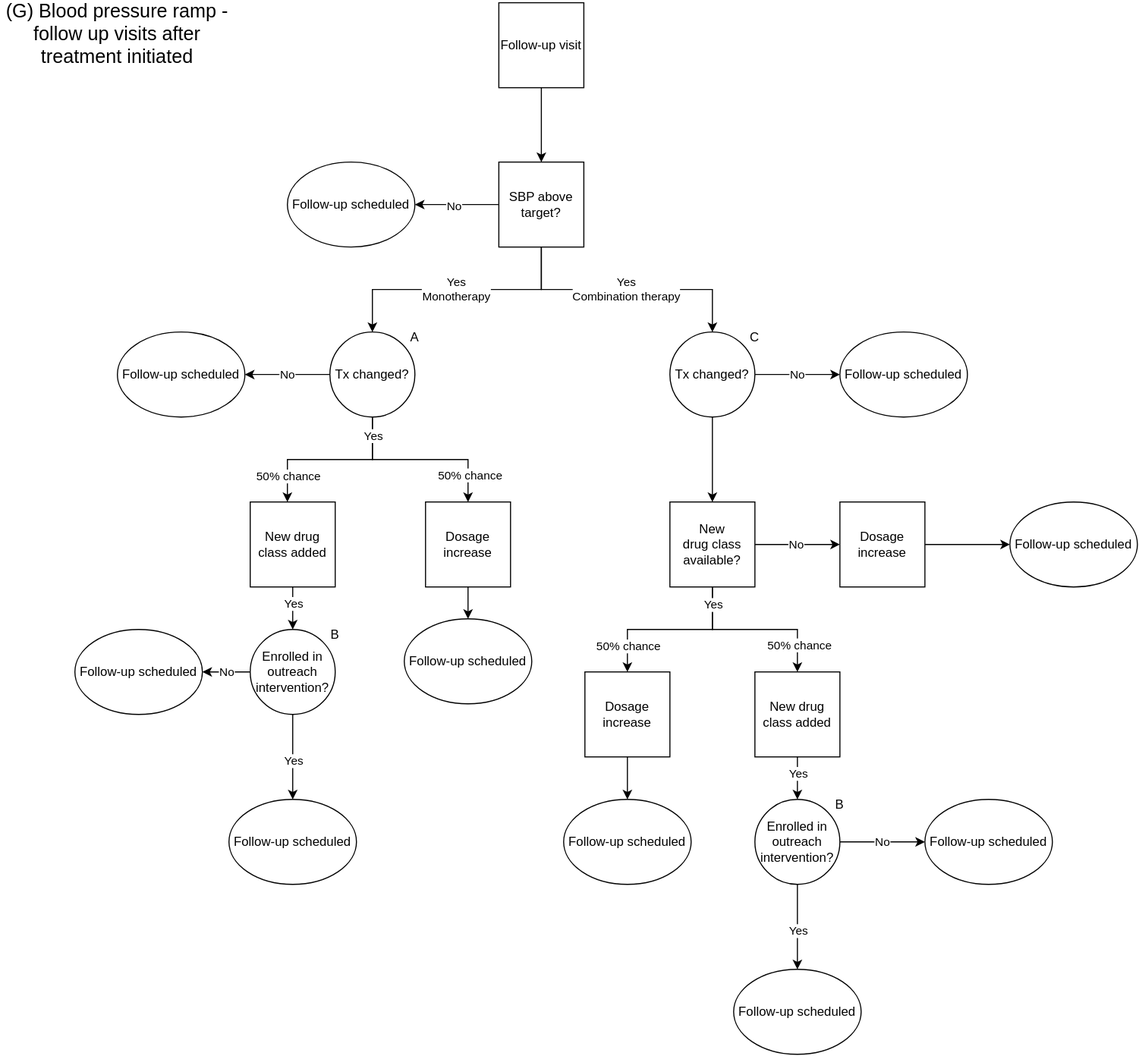
Above: docs/source/concept_models/vivarium_us_cvd/sbp_ramp_followup.svg in ihmeuw/vivarium_research (draw.io), before the change. Source tidied: cells renumbered, new cells last; positions are measured from the earlier drawing's top-left corner, leaving out a move shared by most shapes.
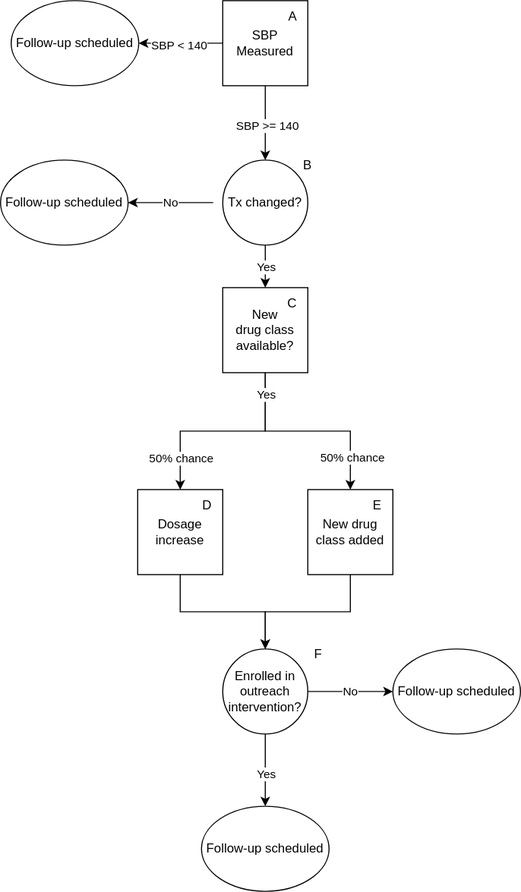
Later version of the same file.

The edit, as a diff of the source:
```diff
@@ -2,101 +2,25 @@
   <root>
     <mxCell id="0" />
     <mxCell id="1" parent="0" />
-    <mxCell id="2" value="&lt;font style=&quot;font-size: 18px&quot;&gt;(G) Blood pressure ramp - follow up visits after treatment initiated&lt;br&gt;&lt;/font&gt;" style="text;html=1;strokeColor=none;fillColor=none;align=center;verticalAlign=middle;whiteSpace=wrap;rounded=0;" parent="1" vertex="1">
-      <mxGeometry y="20" width="220" height="20" as="geometry" />
-    </mxCell>
-    <mxCell id="3" style="edgeStyle=orthogonalEdgeStyle;rounded=0;jettySize=auto;html=1;exitX=0.5;exitY=1;exitDx=0;exitDy=0;" parent="1" edge="1" source="4">
-      <mxGeometry relative="1" as="geometry">
-        <mxPoint x="509" y="150" as="targetPoint" />
-      </mxGeometry>
-    </mxCell>
-    <mxCell id="4" value="Follow-up visit" style="whiteSpace=wrap;html=1;" parent="1" vertex="1">
+    <mxCell id="4" value="SBP Measured" style="whiteSpace=wrap;html=1;" parent="1" vertex="1">
       <mxGeometry x="469" width="80" height="80" as="geometry" />
     </mxCell>
-    <mxCell id="5" style="edgeStyle=orthogonalEdgeStyle;rounded=0;jettySize=auto;html=1;exitX=0;exitY=0.5;exitDx=0;exitDy=0;" parent="1" edge="1" source="9">
-      <mxGeometry relative="1" as="geometry">
-        <mxPoint x="390" y="190" as="targetPoint" />
-      </mxGeometry>
-    </mxCell>
-    <mxCell id="6" value="No" style="edgeLabel;html=1;align=center;verticalAlign=middle;" parent="5" vertex="1">
-      <mxGeometry x="0.06" y="1" relative="1" as="geometry" />
-    </mxCell>
-    <mxCell id="7" value="&lt;div&gt;Yes&lt;/div&gt;&lt;div&gt;Monotherapy&lt;/div&gt;" style="edgeStyle=orthogonalEdgeStyle;rounded=0;jettySize=auto;html=1;exitX=0.5;exitY=1;exitDx=0;exitDy=0;entryX=0.5;entryY=0;entryDx=0;entryDy=0;" parent="1" edge="1" source="9">
-      <mxGeometry relative="1" as="geometry">
-        <mxPoint x="350" y="310" as="targetPoint" />
-      </mxGeometry>
-    </mxCell>
-    <mxCell id="8" value="&lt;div&gt;Yes&lt;/div&gt;&lt;div&gt;Combination therapy&lt;/div&gt;" style="edgeStyle=orthogonalEdgeStyle;rounded=0;jettySize=auto;html=1;exitX=0.5;exitY=1;exitDx=0;exitDy=0;entryX=0.5;entryY=0;entryDx=0;entryDy=0;" parent="1" edge="1" source="9">
-      <mxGeometry relative="1" as="geometry">
-        <mxPoint x="670" y="310" as="targetPoint" />
-      </mxGeometry>
-    </mxCell>
-    <mxCell id="9" value="SBP above target?" style="whiteSpace=wrap;html=1;" parent="1" vertex="1">
-      <mxGeometry x="469" y="150" width="80" height="80" as="geometry" />
-    </mxCell>
-    <mxCell id="10" value="Follow-up scheduled" style="ellipse;whiteSpace=wrap;html=1;" parent="1" vertex="1">
-      <mxGeometry x="270" y="150" width="120" height="80" as="geometry" />
-    </mxCell>
     <mxCell id="11" value="No" style="edgeStyle=orthogonalEdgeStyle;rounded=0;jettySize=auto;html=1;exitX=0;exitY=0.5;exitDx=0;exitDy=0;entryX=1;entryY=0.5;entryDx=0;entryDy=0;" parent="1" edge="1" target="19">
       <mxGeometry relative="1" as="geometry">
-        <mxPoint x="310" y="350" as="sourcePoint" />
+        <mxPoint x="460" y="190" as="sourcePoint" />
       </mxGeometry>
     </mxCell>
-    <mxCell id="12" style="edgeStyle=orthogonalEdgeStyle;rounded=0;jettySize=auto;html=1;exitX=0.5;exitY=1;exitDx=0;exitDy=0;" parent="1" edge="1" source="40">
-      <mxGeometry relative="1" as="geometry">
-        <mxPoint x="270" y="470" as="targetPoint" />
-      </mxGeometry>
-    </mxCell>
-    <mxCell id="13" value="50% chance" style="edgeLabel;html=1;align=center;verticalAlign=middle;" parent="12" vertex="1">
-      <mxGeometry x="0.7" relative="1" as="geometry" />
-    </mxCell>
-    <mxCell id="14" style="edgeStyle=orthogonalEdgeStyle;rounded=0;jettySize=auto;html=1;exitX=0.5;exitY=1;exitDx=0;exitDy=0;entryX=0.5;entryY=0;entryDx=0;entryDy=0;entryPerimeter=0;" parent="1" edge="1" source="40" target="21">
+    <mxCell id="14" style="edgeStyle=orthogonalEdgeStyle;rounded=0;jettySize=auto;html=1;exitX=0.5;exitY=1;exitDx=0;exitDy=0;entryX=0.5;entryY=0;entryDx=0;entryDy=0;" parent="1" edge="1" source="40" target="32">
       <mxGeometry relative="1" as="geometry" />
     </mxCell>
     <mxCell id="15" value="Yes" style="edgeLabel;html=1;align=center;verticalAlign=middle;" parent="14" vertex="1">
-      <mxGeometry x="-0.79" relative="1" as="geometry" />
+      <mxGeometry x="-0.79" relative="1" as="geometry">
+        <mxPoint y="16" as="offset" />
+      </mxGeometry>
     </mxCell>
-    <mxCell id="16" value="50% chance" style="edgeLabel;html=1;align=center;verticalAlign=middle;" parent="14" vertex="1">
-      <mxGeometry x="0.69" y="1" relative="1" as="geometry">
-        <mxPoint y="1" as="offset" />
-      </mxGeometry>
-    </mxCell>
-    <mxCell id="17" value="No" style="edgeStyle=orthogonalEdgeStyle;rounded=0;jettySize=auto;html=1;exitX=1;exitY=0.5;exitDx=0;exitDy=0;entryX=0;entryY=0.5;entryDx=0;entryDy=0;" parent="1" edge="1" target="23">
-      <mxGeometry relative="1" as="geometry">
-        <mxPoint x="710" y="350" as="sourcePoint" />
-      </mxGeometry>
-    </mxCell>
-    <mxCell id="18" style="edgeStyle=orthogonalEdgeStyle;rounded=0;jettySize=auto;html=1;exitX=0.5;exitY=1;exitDx=0;exitDy=0;entryX=0.5;entryY=0;entryDx=0;entryDy=0;" parent="1" edge="1" target="32">
-      <mxGeometry relative="1" as="geometry">
-        <mxPoint x="670" y="390" as="sourcePoint" />
-      </mxGeometry>
-    </mxCell>
     <mxCell id="19" value="Follow-up scheduled" style="ellipse;whiteSpace=wrap;html=1;" parent="1" vertex="1">
-      <mxGeometry x="110" y="310" width="120" height="80" as="geometry" />
+      <mxGeometry x="260" y="150" width="120" height="80" as="geometry" />
     </mxCell>
-    <mxCell id="20" style="edgeStyle=orthogonalEdgeStyle;rounded=0;jettySize=auto;html=1;exitX=0.5;exitY=1;exitDx=0;exitDy=0;entryX=0.5;entryY=0;entryDx=0;entryDy=0;" parent="1" edge="1" source="21" target="24">
-      <mxGeometry relative="1" as="geometry" />
-    </mxCell>
-    <mxCell id="21" value="&lt;div&gt;Dosage increase&lt;br&gt;&lt;/div&gt;" style="whiteSpace=wrap;html=1;" parent="1" vertex="1">
-      <mxGeometry x="400" y="470" width="80" height="80" as="geometry" />
-    </mxCell>
-    <mxCell id="22" value="New drug class added" style="whiteSpace=wrap;html=1;" parent="1" vertex="1">
-      <mxGeometry x="235" y="470" width="80" height="80" as="geometry" />
-    </mxCell>
-    <mxCell id="23" value="Follow-up scheduled" style="ellipse;whiteSpace=wrap;html=1;" parent="1" vertex="1">
-      <mxGeometry x="790" y="310" width="120" height="80" as="geometry" />
-    </mxCell>
-    <mxCell id="24" value="Follow-up scheduled" style="ellipse;whiteSpace=wrap;html=1;" parent="1" vertex="1">
-      <mxGeometry x="380" y="580" width="120" height="80" as="geometry" />
-    </mxCell>
-    <mxCell id="25" style="edgeStyle=orthogonalEdgeStyle;rounded=0;jettySize=auto;html=1;exitX=1;exitY=0.5;exitDx=0;exitDy=0;" parent="1" edge="1" source="32">
-      <mxGeometry relative="1" as="geometry">
-        <mxPoint x="790" y="510" as="targetPoint" />
-      </mxGeometry>
-    </mxCell>
-    <mxCell id="26" value="No" style="edgeLabel;html=1;align=center;verticalAlign=middle;" parent="25" vertex="1">
-      <mxGeometry x="-0.03" y="1" relative="1" as="geometry" />
-    </mxCell>
     <mxCell id="27" style="edgeStyle=orthogonalEdgeStyle;rounded=0;jettySize=auto;html=1;exitX=0.5;exitY=1;exitDx=0;exitDy=0;entryX=0.5;entryY=0;entryDx=0;entryDy=0;" parent="1" edge="1" source="32" target="37">
       <mxGeometry relative="1" as="geometry" />
     </mxCell>
@@ -115,59 +39,32 @@
       <mxGeometry x="0.68" y="1" relative="1" as="geometry" />
     </mxCell>
     <mxCell id="32" value="New&lt;br&gt;&lt;div&gt;drug class available?&lt;/div&gt;" style="whiteSpace=wrap;html=1;" parent="1" vertex="1">
-      <mxGeometry x="630" y="470" width="80" height="80" as="geometry" />
+      <mxGeometry x="469" y="270" width="80" height="80" as="geometry" />
     </mxCell>
-    <mxCell id="33" style="edgeStyle=orthogonalEdgeStyle;rounded=0;jettySize=auto;html=1;exitX=1;exitY=0.5;exitDx=0;exitDy=0;entryX=0;entryY=0.5;entryDx=0;entryDy=0;" parent="1" edge="1" source="34" target="35">
-      <mxGeometry relative="1" as="geometry" />
-    </mxCell>
-    <mxCell id="34" value="Dosage increase" style="whiteSpace=wrap;html=1;" parent="1" vertex="1">
-      <mxGeometry x="790" y="470" width="80" height="80" as="geometry" />
-    </mxCell>
-    <mxCell id="35" value="Follow-up scheduled" style="ellipse;whiteSpace=wrap;html=1;" parent="1" vertex="1">
-      <mxGeometry x="950" y="470" width="120" height="80" as="geometry" />
-    </mxCell>
-    <mxCell id="36" style="edgeStyle=orthogonalEdgeStyle;rounded=0;jettySize=auto;html=1;exitX=0.5;exitY=1;exitDx=0;exitDy=0;entryX=0.5;entryY=0;entryDx=0;entryDy=0;" parent="1" edge="1" source="37" target="39">
-      <mxGeometry relative="1" as="geometry" />
-    </mxCell>
     <mxCell id="37" value="&lt;div&gt;Dosage increase&lt;br&gt;&lt;/div&gt;" style="whiteSpace=wrap;html=1;" parent="1" vertex="1">
-      <mxGeometry x="550" y="630" width="80" height="80" as="geometry" />
+      <mxGeometry x="389" y="460" width="80" height="80" as="geometry" />
     </mxCell>
     <mxCell id="38" value="New drug class added" style="whiteSpace=wrap;html=1;" parent="1" vertex="1">
-      <mxGeometry x="710" y="630" width="80" height="80" as="geometry" />
+      <mxGeometry x="549" y="460" width="80" height="80" as="geometry" />
     </mxCell>
-    <mxCell id="39" value="Follow-up scheduled" style="ellipse;whiteSpace=wrap;html=1;" parent="1" vertex="1">
-      <mxGeometry x="530" y="750" width="120" height="80" as="geometry" />
-    </mxCell>
     <mxCell id="40" value="Tx changed?" style="ellipse;whiteSpace=wrap;html=1;" parent="1" vertex="1">
-      <mxGeometry x="310" y="310" width="80" height="80" as="geometry" />
+      <mxGeometry x="469" y="150" width="80" height="80" as="geometry" />
     </mxCell>
-    <mxCell id="41" value="A" style="text;html=1;strokeColor=none;fillColor=none;align=center;verticalAlign=middle;whiteSpace=wrap;rounded=0;" parent="1" vertex="1">
-      <mxGeometry x="360" y="300" width="60" height="30" as="geometry" />
+    <mxCell id="41" value="B" style="text;html=1;strokeColor=none;fillColor=none;align=center;verticalAlign=middle;whiteSpace=wrap;rounded=0;" parent="1" vertex="1">
+      <mxGeometry x="519" y="140" width="60" height="30" as="geometry" />
     </mxCell>
-    <mxCell id="42" value="Tx changed?" style="ellipse;whiteSpace=wrap;html=1;" parent="1" vertex="1">
-      <mxGeometry x="630" y="310" width="80" height="80" as="geometry" />
-    </mxCell>
-    <mxCell id="43" value="C" style="text;html=1;strokeColor=none;fillColor=none;align=center;verticalAlign=middle;whiteSpace=wrap;rounded=0;" parent="1" vertex="1">
-      <mxGeometry x="680" y="300" width="60" height="30" as="geometry" />
-    </mxCell>
     <mxCell id="44" style="edgeStyle=orthogonalEdgeStyle;rounded=0;jettySize=auto;html=1;exitX=0.5;exitY=1;exitDx=0;exitDy=0;entryX=0.5;entryY=0;entryDx=0;entryDy=0;" parent="1" edge="1" source="38" target="46">
       <mxGeometry relative="1" as="geometry" />
     </mxCell>
-    <mxCell id="45" value="Yes" style="edgeLabel;html=1;align=center;verticalAlign=middle;" parent="44" vertex="1">
-      <mxGeometry x="-0.79" relative="1" as="geometry">
-        <mxPoint y="11" as="offset" />
-      </mxGeometry>
-    </mxCell>
     <mxCell id="46" value="Enrolled in outreach intervention?" style="ellipse;whiteSpace=wrap;html=1;" parent="1" vertex="1">
-      <mxGeometry x="710" y="750" width="80" height="80" as="geometry" />
+      <mxGeometry x="469" y="610" width="80" height="80" as="geometry" />
     </mxCell>
-    <mxCell id="47" value="B" style="text;html=1;strokeColor=none;fillColor=none;align=center;verticalAlign=middle;whiteSpace=wrap;rounded=0;" parent="1" vertex="1">
-      <mxGeometry x="760" y="740" width="60" height="30" as="geometry" />
+    <mxCell id="47" value="F" style="text;html=1;strokeColor=none;fillColor=none;align=center;verticalAlign=middle;whiteSpace=wrap;rounded=0;" parent="1" vertex="1">
+      <mxGeometry x="529" y="600" width="60" height="30" as="geometry" />
     </mxCell>
-    <mxCell id="48" style="edgeStyle=orthogonalEdgeStyle;rounded=0;orthogonalLoop=1;jettySize=auto;html=1;exitX=0.5;exitY=1;exitDx=0;exitDy=0;" parent="1" edge="1">
+    <mxCell id="48" style="edgeStyle=orthogonalEdgeStyle;rounded=0;jettySize=auto;html=1;exitX=0.5;exitY=1;exitDx=0;exitDy=0;entryX=0.5;entryY=0;entryDx=0;entryDy=0;" parent="1" edge="1" target="52">
       <mxGeometry relative="1" as="geometry">
-        <mxPoint x="750" y="830" as="sourcePoint" />
-        <mxPoint x="750" y="910" as="targetPoint" />
+        <mxPoint x="509" y="690" as="sourcePoint" />
       </mxGeometry>
     </mxCell>
     <mxCell id="49" value="Yes" style="edgeLabel;html=1;align=center;verticalAlign=middle;" parent="48" vertex="1">
@@ -175,48 +72,49 @@
     </mxCell>
     <mxCell id="50" value="No" style="edgeStyle=orthogonalEdgeStyle;rounded=0;jettySize=auto;html=1;exitX=1;exitY=0.5;exitDx=0;exitDy=0;" parent="1" edge="1" target="51">
       <mxGeometry relative="1" as="geometry">
-        <mxPoint x="790" y="790" as="sourcePoint" />
+        <mxPoint x="549" y="650" as="sourcePoint" />
       </mxGeometry>
     </mxCell>
     <mxCell id="51" value="Follow-up scheduled" style="ellipse;whiteSpace=wrap;html=1;" parent="1" vertex="1">
-      <mxGeometry x="870" y="750" width="120" height="80" as="geometry" />
+      <mxGeometry x="629" y="610" width="120" height="80" as="geometry" />
     </mxCell>
     <mxCell id="52" value="Follow-up scheduled" style="ellipse;whiteSpace=wrap;html=1;" parent="1" vertex="1">
-      <mxGeometry x="690" y="910" width="120" height="80" as="geometry" />
+      <mxGeometry x="449" y="758" width="120" height="80" as="geometry" />
     </mxCell>
-    <mxCell id="53" style="edgeStyle=orthogonalEdgeStyle;rounded=0;jettySize=auto;html=1;exitX=0.5;exitY=1;exitDx=0;exitDy=0;entryX=0.5;entryY=0;entryDx=0;entryDy=0;" parent="1" edge="1" target="55">
-      <mxGeometry relative="1" as="geometry">
-        <mxPoint x="275" y="550" as="sourcePoint" />
-      </mxGeometry>
-    </mxCell>
-    <mxCell id="54" value="Yes" style="edgeLabel;html=1;align=center;verticalAlign=middle;" parent="53" vertex="1">
-      <mxGeometry x="-0.79" relative="1" as="geometry">
-        <mxPoint y="11" as="offset" />
-      </mxGeometry>
-    </mxCell>
-    <mxCell id="55" value="Enrolled in outreach intervention?" style="ellipse;whiteSpace=wrap;html=1;" parent="1" vertex="1">
-      <mxGeometry x="235" y="590" width="80" height="80" as="geometry" />
-    </mxCell>
-    <mxCell id="56" value="B" style="text;html=1;strokeColor=none;fillColor=none;align=center;verticalAlign=middle;whiteSpace=wrap;rounded=0;" parent="1" vertex="1">
-      <mxGeometry x="285" y="580" width="60" height="30" as="geometry" />
-    </mxCell>
-    <mxCell id="57" style="edgeStyle=orthogonalEdgeStyle;rounded=0;orthogonalLoop=1;jettySize=auto;html=1;exitX=0.5;exitY=1;exitDx=0;exitDy=0;" parent="1" edge="1">
-      <mxGeometry relative="1" as="geometry">
-        <mxPoint x="275" y="670" as="sourcePoint" />
-        <mxPoint x="275" y="750" as="targetPoint" />
-      </mxGeometry>
-    </mxCell>
-    <mxCell id="58" value="Yes" style="edgeLabel;html=1;align=center;verticalAlign=middle;" parent="57" vertex="1">
-      <mxGeometry x="0.07" relative="1" as="geometry" />
-    </mxCell>
-    <mxCell id="59" value="No" style="edgeStyle=orthogonalEdgeStyle;rounded=0;jettySize=auto;html=1;exitX=0;exitY=0.5;exitDx=0;exitDy=0;" parent="1" edge="1" source="55" target="60">
-      <mxGeometry relative="1" as="geometry" />
-    </mxCell>
-    <mxCell id="60" value="Follow-up scheduled" style="ellipse;whiteSpace=wrap;html=1;" parent="1" vertex="1">
-      <mxGeometry x="70" y="590" width="120" height="80" as="geometry" />
-    </mxCell>
-    <mxCell id="61" value="Follow-up scheduled" style="ellipse;whiteSpace=wrap;html=1;" parent="1" vertex="1">
-      <mxGeometry x="215" y="750" width="120" height="80" as="geometry" />
-    </mxCell>
+    <mxCell id="62" style="edgeStyle=orthogonalEdgeStyle;rounded=0;orthogonalLoop=1;jettySize=auto;html=1;exitX=0;exitY=0.5;exitDx=0;exitDy=0;" parent="1" edge="1">
+      <mxGeometry relative="1" as="geometry">
+        <mxPoint x="469" y="40" as="sourcePoint" />
+        <mxPoint x="390" y="40" as="targetPoint" />
+      </mxGeometry>
+    </mxCell>
+    <mxCell id="63" value="SBP &amp;lt; 140" style="edgeLabel;html=1;align=center;verticalAlign=middle;" parent="62" vertex="1">
+      <mxGeometry x="0.06" y="1" relative="1" as="geometry" />
+    </mxCell>
+    <mxCell id="64" value="Follow-up scheduled" style="ellipse;whiteSpace=wrap;html=1;" parent="1" vertex="1">
+      <mxGeometry x="270" width="120" height="80" as="geometry" />
+    </mxCell>
+    <mxCell id="65" value="A" style="text;html=1;strokeColor=none;fillColor=none;align=center;verticalAlign=middle;whiteSpace=wrap;rounded=0;" parent="1" vertex="1">
+      <mxGeometry x="520" width="30" height="30" as="geometry" />
+    </mxCell>
+    <mxCell id="66" style="edgeStyle=orthogonalEdgeStyle;rounded=0;jettySize=auto;html=1;exitX=0.5;exitY=1;exitDx=0;exitDy=0;entryX=0.5;entryY=0;entryDx=0;entryDy=0;" parent="1" edge="1" source="4">
+      <mxGeometry relative="1" as="geometry">
+        <mxPoint x="509" y="150" as="targetPoint" />
+      </mxGeometry>
+    </mxCell>
+    <mxCell id="67" value="SBP &amp;gt;= 140" style="edgeLabel;html=1;align=center;verticalAlign=middle;" parent="66" vertex="1">
+      <mxGeometry x="0.06" y="1" relative="1" as="geometry" />
+    </mxCell>
+    <mxCell id="68" style="edgeStyle=orthogonalEdgeStyle;rounded=0;jettySize=auto;html=1;exitX=0.5;exitY=1;exitDx=0;exitDy=0;entryX=0.5;entryY=0;entryDx=0;entryDy=0;" parent="1" edge="1" source="37" target="46">
+      <mxGeometry relative="1" as="geometry" />
+    </mxCell>
+    <mxCell id="43" value="C" style="text;html=1;strokeColor=none;fillColor=none;align=center;verticalAlign=middle;whiteSpace=wrap;rounded=0;" parent="1" vertex="1">
+      <mxGeometry x="520" y="270" width="29" height="30" as="geometry" />
+    </mxCell>
+    <mxCell id="69" value="D" style="text;html=1;strokeColor=none;fillColor=none;align=center;verticalAlign=middle;whiteSpace=wrap;rounded=0;" parent="1" vertex="1">
+      <mxGeometry x="440" y="460" width="29" height="30" as="geometry" />
+    </mxCell>
+    <mxCell id="70" value="E" style="text;html=1;strokeColor=none;fillColor=none;align=center;verticalAlign=middle;whiteSpace=wrap;rounded=0;" parent="1" vertex="1">
+      <mxGeometry x="600" y="460" width="29" height="30" as="geometry" />
+    </mxCell>
   </root>
 </mxGraphModel>
```
